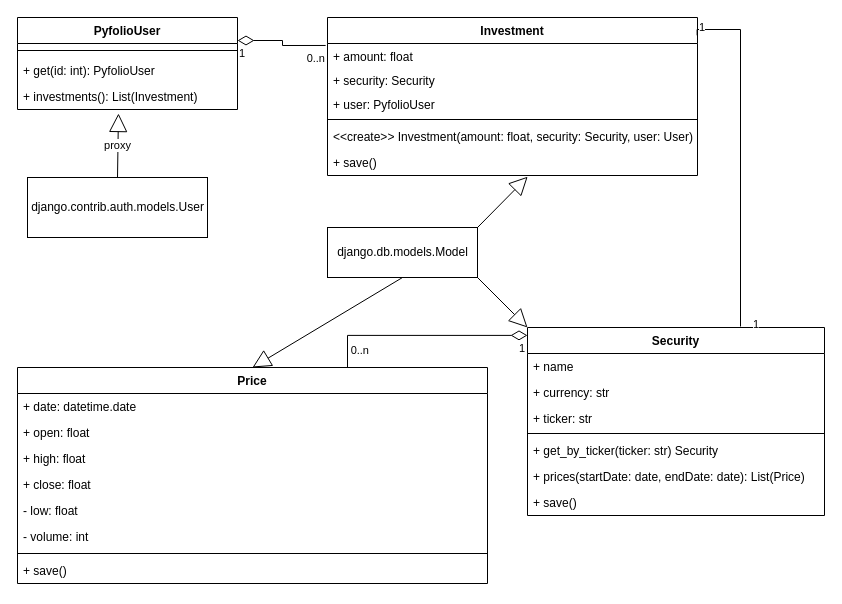
The draw.io diagram UML/security_access.drawio in tkBischoff/PyFolio, before the edit. Source tidied: cells renumbered, new cells numbered last; positions are measured from the earlier drawing's top-left corner, leaving out a move shared by most shapes. Both pictures are drawn from the tidied source at 100%, with x=0, y=0 at pixel (17, 17).
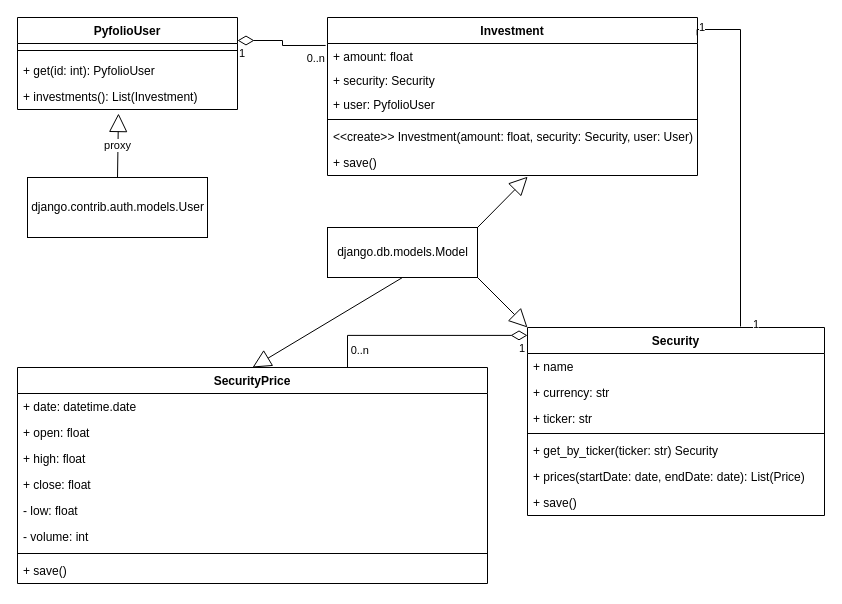
After the change.

Change to the diagram source:
```diff
@@
-    <mxCell id="10" value="Price" style="swimlane;fontStyle=1;align=center;verticalAlign=top;horizontal=1;startSize=26;" parent="1" vertex="1">
+    <mxCell id="10" value="SecurityPrice" style="swimlane;fontStyle=1;align=center;verticalAlign=top;horizontal=1;startSize=26;" parent="1" vertex="1">
       <mxGeometry y="350" width="470" height="216" as="geometry" />
     </mxCell>
```
